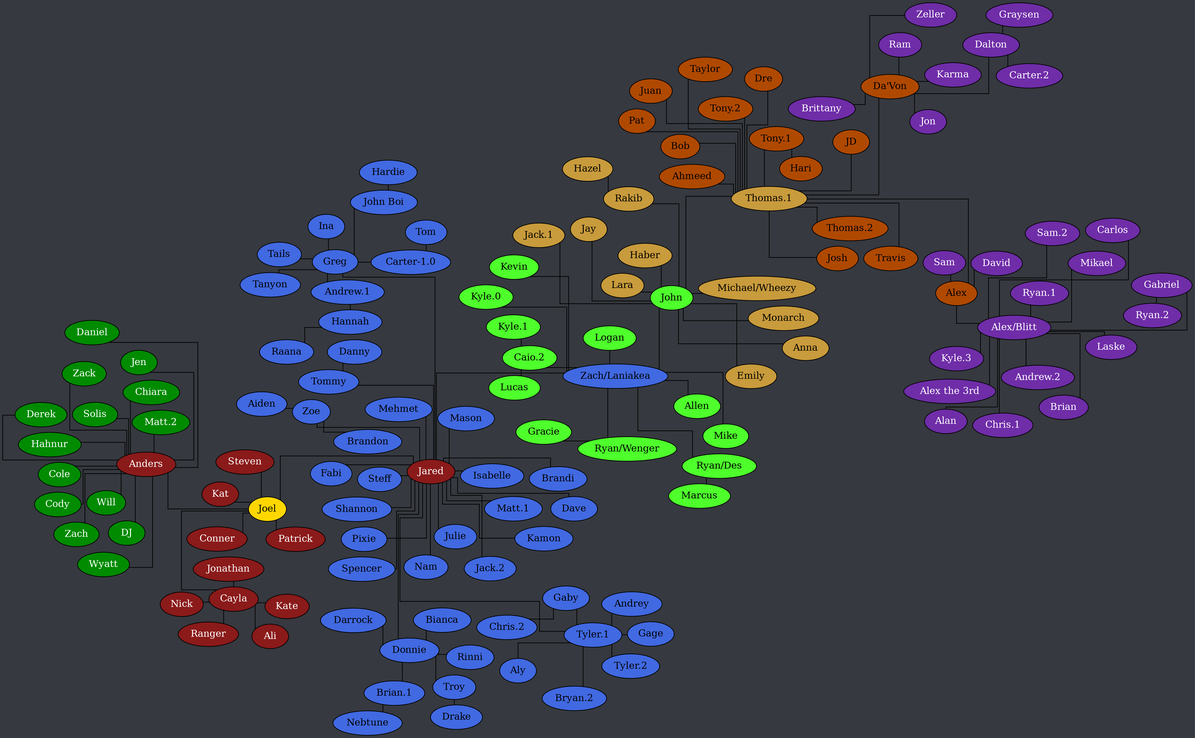
Documidas/CoronaCatzFamilyTree keeps this Graphviz diagram as tree.png. Above is the earlier version. Its source is kept beside it as tree.dot.
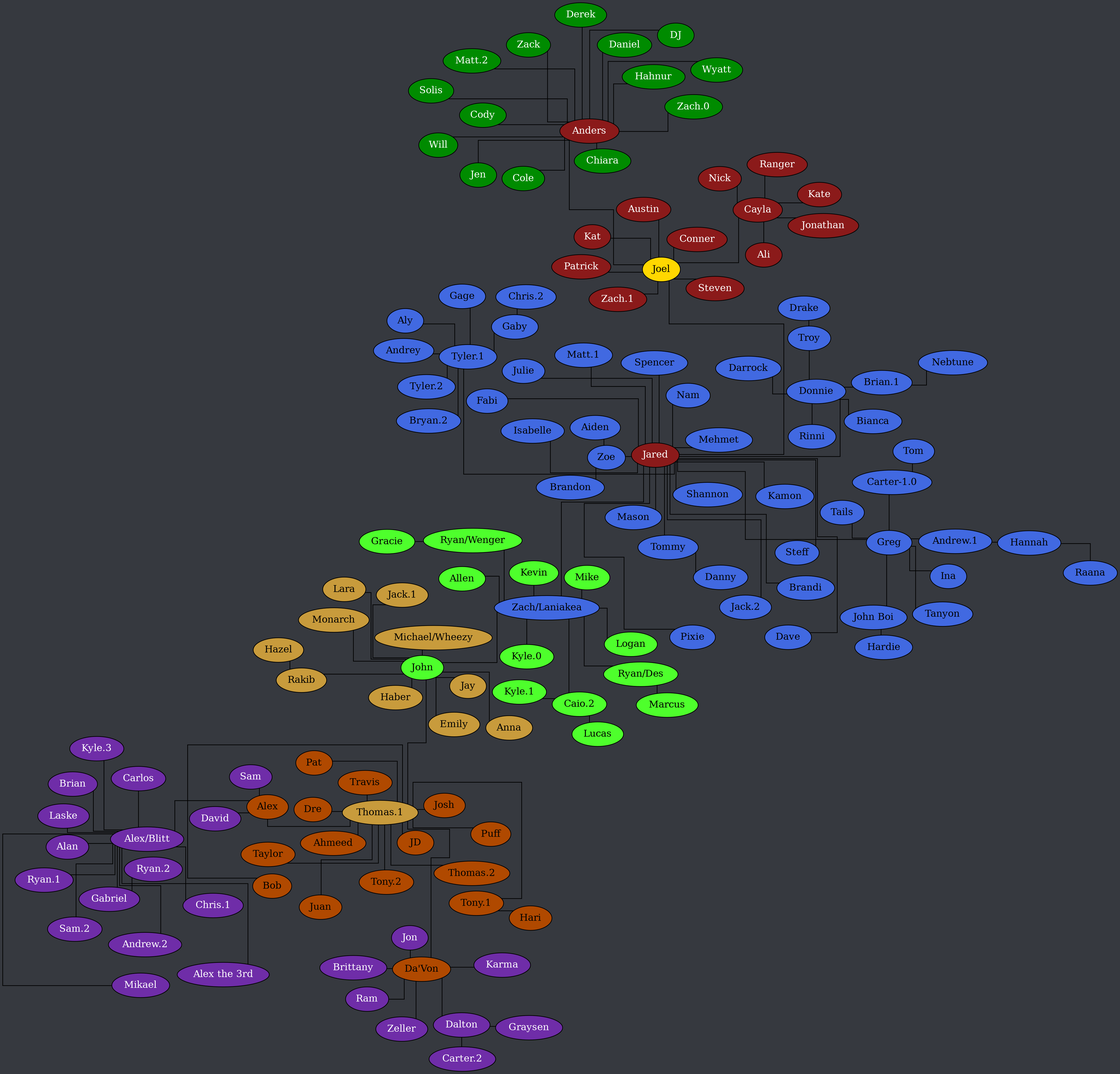
The same file after the commit.

Commit message:
Add Zach.1, Austin, Puff, change Zach to Zach.0

Diff of the diagram source:
```diff
@@ -21,12 +21,14 @@
 		Cayla -- Nick;
 		Cayla -- Ranger;
 		Joel -- Anders;
+		Joel -- Austin;
 		Joel -- Cayla;
 		Joel -- Conner;
 		Joel -- Jared;
 		Joel -- Kat;
 		Joel -- Patrick;
 		Joel -- Steven;
+		Joel -- "Zach.1";
 	}
 
 	subgraph "Anders" {
@@ -44,7 +46,7 @@
 		Anders -- Solis;
 		Anders -- Will;
 		Anders -- Wyatt;
-		Anders -- Zach;
+		Anders -- "Zach.0";
 		Anders -- Zack;
 	}
 
@@ -152,6 +154,7 @@
 		"Thomas.1" -- Josh;
 		"Thomas.1" -- Juan;
 		"Thomas.1" -- Pat;
+		"Thomas.1" -- Puff;
 		"Thomas.1" -- Taylor;
 		"Thomas.1" -- "Thomas.2";
 		"Thomas.1" -- "Tony.1";
```
